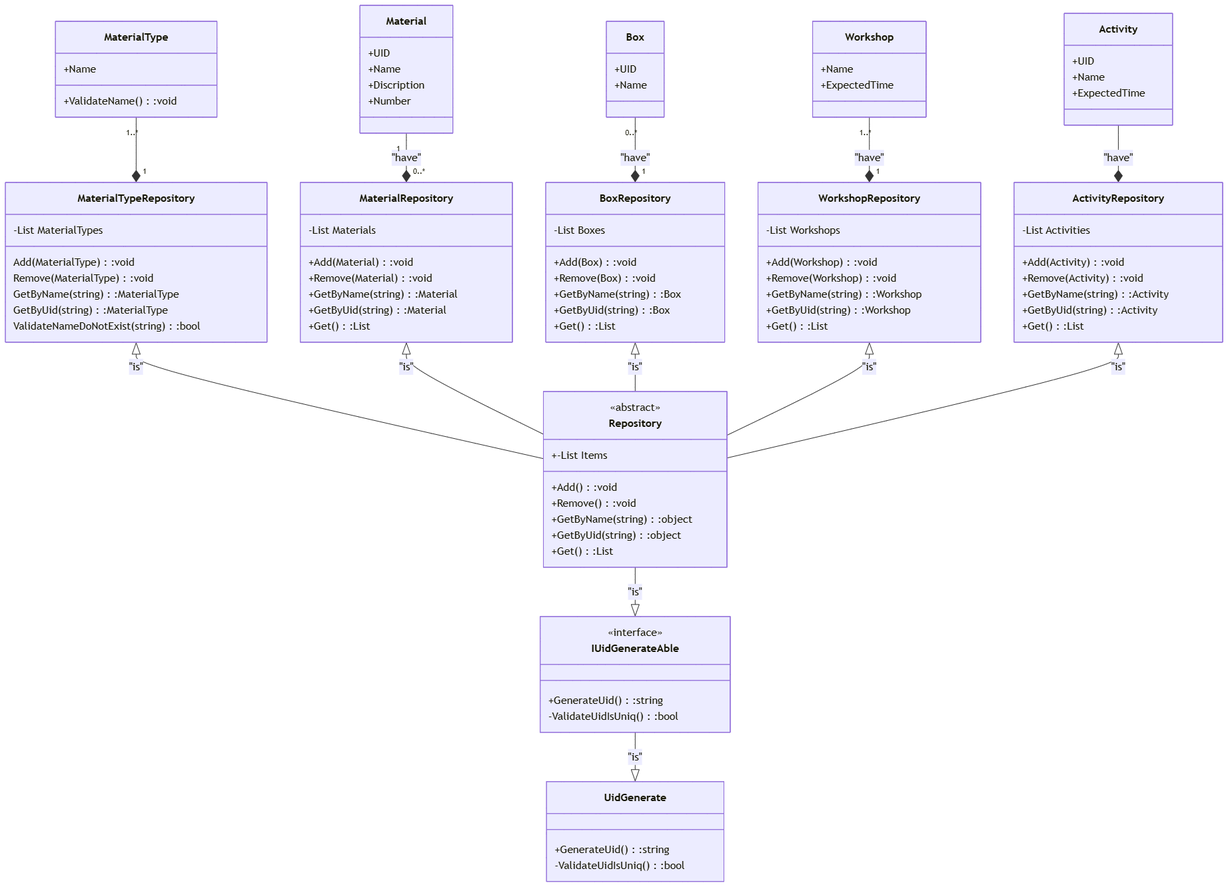
The Mermaid diagram documentation/DCD.png in DMOoF25-Team-11-2/GettingReal, before a commit. Its source is kept beside it as documentation/DCD.mmd.
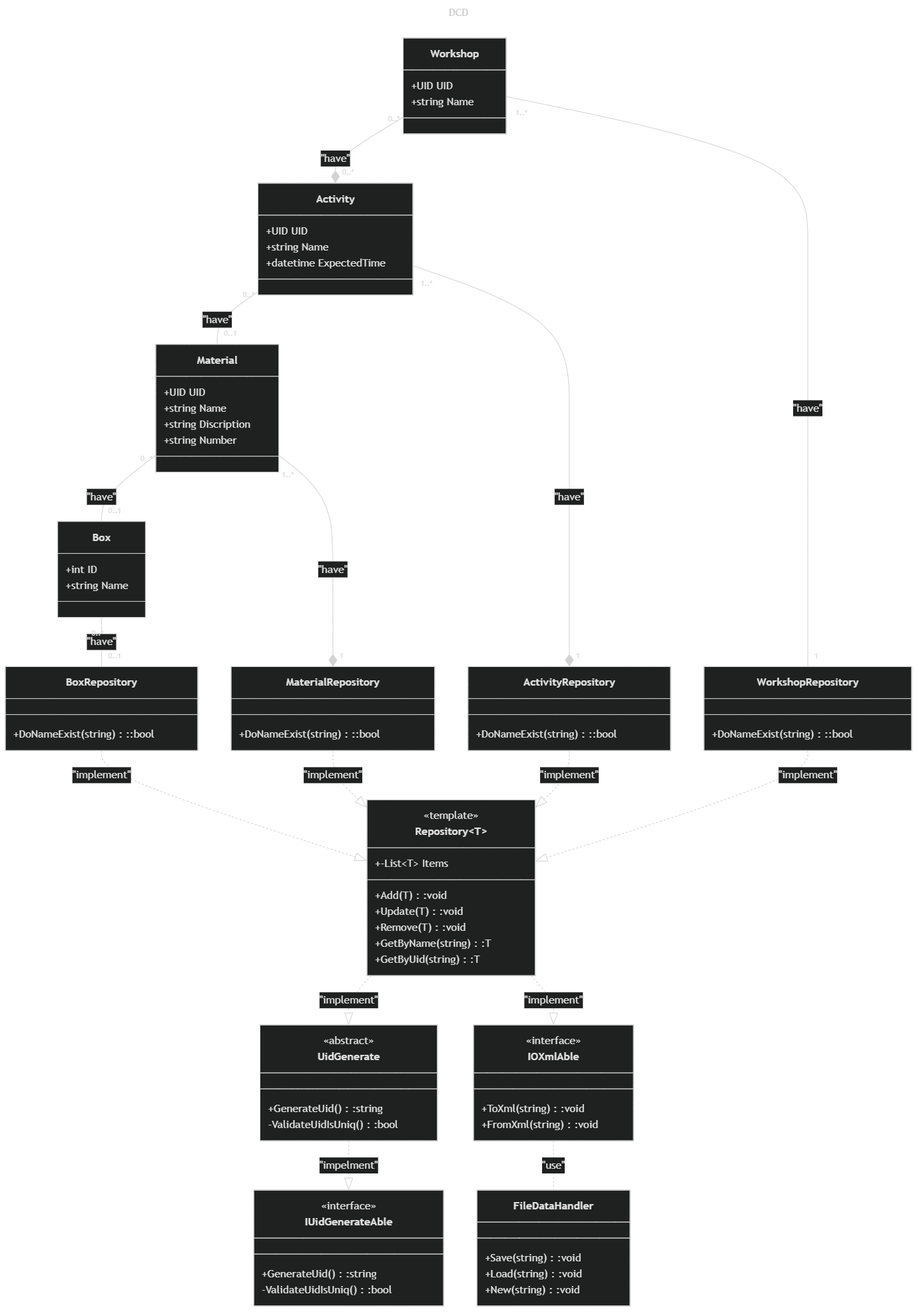
The same diagram one commit later.

Change to the diagram source:
```diff
@@ -7,26 +7,24 @@
 ---
 classDiagram
 direction TB
+    class Workshop {
+        +UID UID
+	    +string Name
+    }
     class Activity {
 	    +UID UID
 	    +string Name
-    }
-
-    class Workshop {
-        +UID UID
-	    +string Name
 	    +datetime ExpectedTime
-    }
-
-    class Box {
-	    +UID UID
-	    +string Name
     }
     class Material {
 	    +UID UID
 	    +string Name
 	    +string Discription
 	    +string Number
+    }
+    class Box {
+	    +int ID
+	    +string Name
     }
     class MaterialRepository {
         +DoNameExist(string)::bool
@@ -57,20 +55,39 @@
 	    +GetByUid(string) :T
     }
 
+    class IOXmlAble {
+        +ToXml(string) :void
+        +FromXml(string) :void
+    }
+
+    class FileDataHandler {
+        +Save(string) :void
+        +Load(string) :void
+        +New(string) :void
+    }
+
 	<<interface>> IUidGenerateAble
+    <<interface>> IOXmlAble
     <<abstract>> UidGenerate
 	<<template>> Repository
 
-    Material "1" --* "0..*" MaterialRepository : "have"
+    Box "0..*" -- "0..1" BoxRepository : "have"
+    BoxRepository ..|> Repository : "implement"
+
+    Material "0..*" -- "0..1" Box : "have"
+    Material "1..*" --* "1" MaterialRepository : "have"
     MaterialRepository ..|> Repository : "implement"
-    Box "0..*" -- "0..*" Material : "have"
-    Box "0..*" --* "1" BoxRepository : "have"
-    BoxRepository ..|> Repository : "implement"
-    Workshop "1" -- "0..*" WorkshopRepository : "have"
+
+    Activity "0..*" -- "0..1" Material : "have"
+    Activity "1..*" --* "1" ActivityRepository : "have"
+    ActivityRepository ..|>  Repository : "implement"
+
+    Workshop "0..*" --* "0..*" Activity : "have"
+    Workshop "1..*" -- "1" WorkshopRepository : "have"
     WorkshopRepository ..|> Repository : "implement"
-    Activity -- Workshop
-    ActivityRepository ..|> Repository : "implement"
-    Workshop -- Box : "have"
-    Activity --* ActivityRepository : "have"
-    Repository --|> UidGenerate : "is"
-    UidGenerate --|> IUidGenerateAble : "is"
+
+    Repository ..|> UidGenerate : "implement"
+    Repository ..|> IOXmlAble : "implement"
+    UidGenerate ..|> IUidGenerateAble : "impelment"
+
+    IOXmlAble .. FileDataHandler : "use"
```
